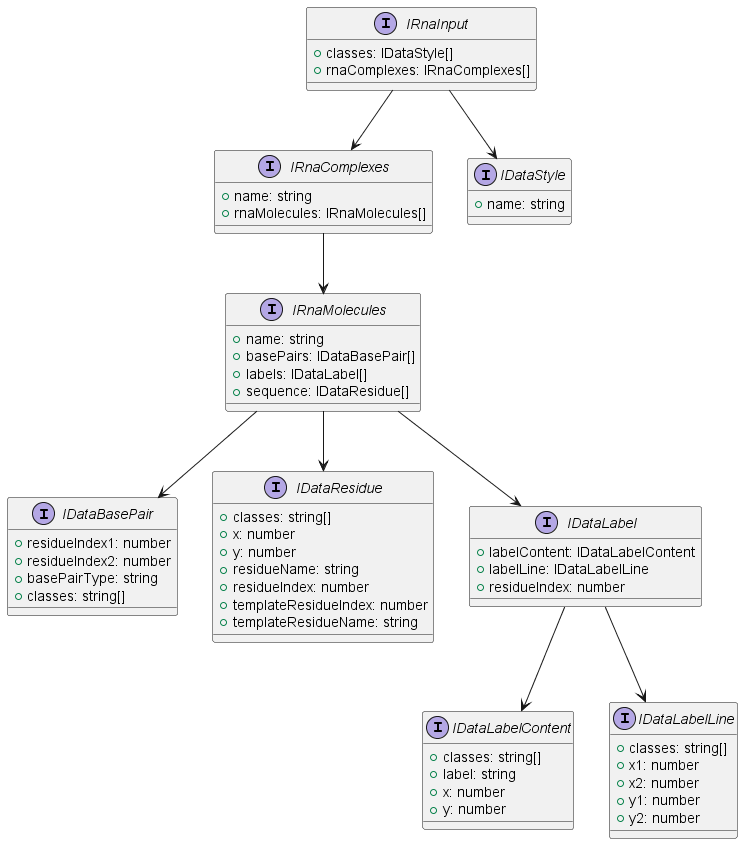
Above: img/rnaInput.png in michalhercik/bachelor-thesis (PlantUML), before the change.
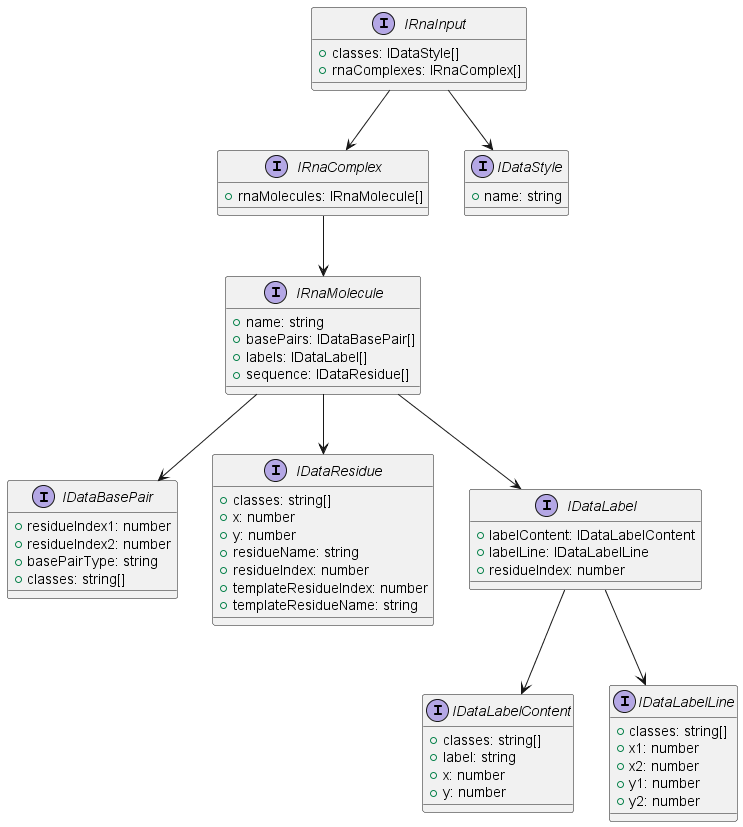
The same diagram one commit later.

Diff of the diagram source:
```diff
@@ -27,11 +27,10 @@
     +templateResidueIndex: number
     +templateResidueName: string
 }
-interface IRnaComplexes {
-    +name: string
-    +rnaMolecules: IRnaMolecules[]
+interface IRnaComplex {
+    +rnaMolecules: IRnaMolecule[]
 }
-interface IRnaMolecules {
+interface IRnaMolecule {
     +name: string
     +basePairs: IDataBasePair[]
     +labels: IDataLabel[]
@@ -39,7 +38,7 @@
 }
 interface IRnaInput {
     +classes: IDataStyle[]
-    +rnaComplexes: IRnaComplexes[]
+    +rnaComplexes: IRnaComplex[]
 }
 interface IDataStyle {
     +name: string
@@ -49,12 +48,12 @@
     +labelLine: IDataLabelLine
     +residueIndex: number
 }
-IRnaComplexes --> IRnaMolecules
-IRnaMolecules --> IDataBasePair
-IRnaMolecules --> IDataLabel
-IRnaMolecules --> IDataResidue
+IRnaComplex --> IRnaMolecule
+IRnaMolecule --> IDataBasePair
+IRnaMolecule --> IDataLabel
+IRnaMolecule --> IDataResidue
 IRnaInput --> IDataStyle
-IRnaInput --> IRnaComplexes
+IRnaInput --> IRnaComplex
 IDataLabel --> IDataLabelContent
 IDataLabel --> IDataLabelLine
 @enduml
```
